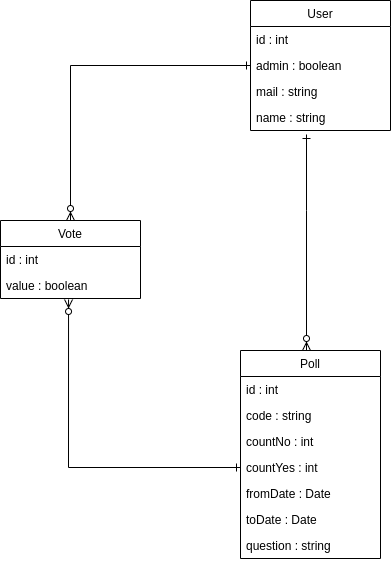
This is designdocument/assets/domainmodel.png from DAT250-Project-Groups-1/Design-and-Prototyping-Assignment-A, a draw.io export, as it was before one commit. Source tidied: cells renumbered, new cells last; positions are measured from the earlier drawing's top-left corner, leaving out a move shared by most shapes. The source it was exported from:
```xml
<mxGraphModel>
  <root>
    <mxCell id="0" />
    <mxCell id="1" parent="0" />
    <mxCell id="2" value="Vote" style="swimlane;fontStyle=0;horizontal=1;startSize=26;fillColor=none;" parent="1" vertex="1">
      <mxGeometry y="220" width="140" height="78" as="geometry" />
    </mxCell>
    <mxCell id="3" value="id : int" style="text;strokeColor=none;fillColor=none;align=left;verticalAlign=top;spacingLeft=4;spacingRight=4;overflow=hidden;" parent="2" vertex="1">
      <mxGeometry y="26" width="140" height="26" as="geometry" />
    </mxCell>
    <mxCell id="4" value="value : boolean" style="text;strokeColor=none;fillColor=none;align=left;verticalAlign=top;spacingLeft=4;spacingRight=4;overflow=hidden;points=[[0,0.5],[1,0.5]];portConstraint=eastwest;" parent="2" vertex="1">
      <mxGeometry y="52" width="140" height="26" as="geometry" />
    </mxCell>
    <mxCell id="5" style="edgeStyle=orthogonalEdgeStyle;rounded=0;jettySize=auto;html=1;entryX=0.4;entryY=1.154;entryDx=0;entryDy=0;entryPerimeter=0;endArrow=ERone;endFill=0;startArrow=ERzeroToMany;startFill=1;" parent="1" edge="1" source="6" target="20">
      <mxGeometry relative="1" as="geometry">
        <Array as="points">
          <mxPoint x="306" y="210" />
          <mxPoint x="306" y="210" />
        </Array>
      </mxGeometry>
    </mxCell>
    <mxCell id="6" value="Poll" style="swimlane;fontStyle=0;horizontal=1;startSize=26;fillColor=none;" parent="1" vertex="1">
      <mxGeometry x="240" y="350" width="140" height="208" as="geometry" />
    </mxCell>
    <mxCell id="7" value="id : int" style="text;strokeColor=none;fillColor=none;align=left;verticalAlign=top;spacingLeft=4;spacingRight=4;overflow=hidden;" parent="6" vertex="1">
      <mxGeometry y="26" width="140" height="26" as="geometry" />
    </mxCell>
    <mxCell id="8" value="code : string" style="text;strokeColor=none;fillColor=none;align=left;verticalAlign=top;spacingLeft=4;spacingRight=4;overflow=hidden;" parent="6" vertex="1">
      <mxGeometry y="52" width="140" height="26" as="geometry" />
    </mxCell>
    <mxCell id="9" value="countNo : int" style="text;strokeColor=none;fillColor=none;align=left;verticalAlign=top;spacingLeft=4;spacingRight=4;overflow=hidden;" parent="6" vertex="1">
      <mxGeometry y="78" width="140" height="26" as="geometry" />
    </mxCell>
    <mxCell id="10" value="countYes : int" style="text;strokeColor=none;fillColor=none;align=left;verticalAlign=top;spacingLeft=4;spacingRight=4;overflow=hidden;points=[[0,0.5],[1,0.5]];portConstraint=eastwest;" parent="6" vertex="1">
      <mxGeometry y="104" width="140" height="26" as="geometry" />
    </mxCell>
    <mxCell id="11" value="fromDate : Date" style="text;strokeColor=none;fillColor=none;align=left;verticalAlign=top;spacingLeft=4;spacingRight=4;overflow=hidden;" parent="6" vertex="1">
      <mxGeometry y="130" width="140" height="26" as="geometry" />
    </mxCell>
    <mxCell id="12" value="toDate : Date" style="text;strokeColor=none;fillColor=none;align=left;verticalAlign=top;spacingLeft=4;spacingRight=4;overflow=hidden;" parent="6" vertex="1">
      <mxGeometry y="156" width="140" height="26" as="geometry" />
    </mxCell>
    <mxCell id="13" value="question : string" style="text;strokeColor=none;fillColor=none;align=left;verticalAlign=top;spacingLeft=4;spacingRight=4;overflow=hidden;" parent="6" vertex="1">
      <mxGeometry y="182" width="140" height="26" as="geometry" />
    </mxCell>
    <mxCell id="14" style="edgeStyle=orthogonalEdgeStyle;rounded=0;jettySize=auto;html=1;exitX=0;exitY=0.5;exitDx=0;exitDy=0;entryX=0.5;entryY=0;entryDx=0;entryDy=0;endArrow=ERzeroToMany;endFill=1;startArrow=ERone;startFill=0;" parent="1" edge="1" source="18" target="2">
      <mxGeometry relative="1" as="geometry" />
    </mxCell>
    <mxCell id="15" style="edgeStyle=orthogonalEdgeStyle;rounded=0;jettySize=auto;html=1;exitX=0;exitY=0.5;exitDx=0;exitDy=0;entryX=0.486;entryY=1.038;entryDx=0;entryDy=0;entryPerimeter=0;endArrow=ERzeroToMany;endFill=1;startArrow=ERone;startFill=0;" parent="1" edge="1" source="10" target="4">
      <mxGeometry relative="1" as="geometry" />
    </mxCell>
    <mxCell id="16" value="User" style="swimlane;fontStyle=0;horizontal=1;startSize=26;fillColor=none;" parent="1" vertex="1">
      <mxGeometry x="250" width="140" height="130" as="geometry" />
    </mxCell>
    <mxCell id="17" value="id : int" style="text;strokeColor=none;fillColor=none;align=left;verticalAlign=top;spacingLeft=4;spacingRight=4;overflow=hidden;" parent="16" vertex="1">
      <mxGeometry y="26" width="140" height="26" as="geometry" />
    </mxCell>
    <mxCell id="18" value="admin : boolean" style="text;strokeColor=none;fillColor=none;align=left;verticalAlign=top;spacingLeft=4;spacingRight=4;overflow=hidden;points=[[0,0.5],[1,0.5]];portConstraint=eastwest;" parent="16" vertex="1">
      <mxGeometry y="52" width="140" height="26" as="geometry" />
    </mxCell>
    <mxCell id="19" value="mail : string" style="text;strokeColor=none;fillColor=none;align=left;verticalAlign=top;spacingLeft=4;spacingRight=4;overflow=hidden;" parent="16" vertex="1">
      <mxGeometry y="78" width="140" height="26" as="geometry" />
    </mxCell>
    <mxCell id="20" value="name : string" style="text;strokeColor=none;fillColor=none;align=left;verticalAlign=top;spacingLeft=4;spacingRight=4;overflow=hidden;points=[[0,0.5],[1,0.5]];portConstraint=eastwest;" parent="16" vertex="1">
      <mxGeometry y="104" width="140" height="26" as="geometry" />
    </mxCell>
  </root>
</mxGraphModel>
```
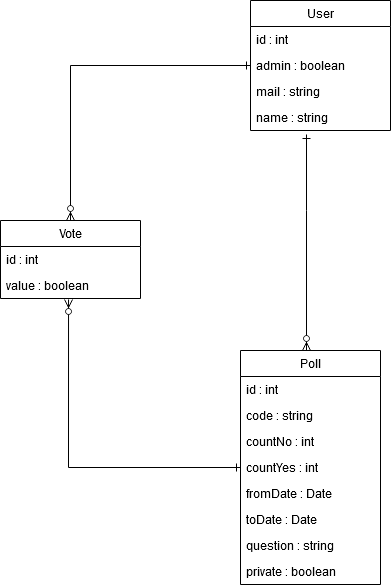
The same diagram one commit later.

Change to the diagram source:
```diff
@@ -20,7 +20,7 @@
       </mxGeometry>
     </mxCell>
     <mxCell id="6" value="Poll" style="swimlane;fontStyle=0;horizontal=1;startSize=26;fillColor=none;" parent="1" vertex="1">
-      <mxGeometry x="240" y="350" width="140" height="208" as="geometry" />
+      <mxGeometry x="240" y="350" width="140" height="234" as="geometry" />
     </mxCell>
     <mxCell id="7" value="id : int" style="text;strokeColor=none;fillColor=none;align=left;verticalAlign=top;spacingLeft=4;spacingRight=4;overflow=hidden;" parent="6" vertex="1">
       <mxGeometry y="26" width="140" height="26" as="geometry" />
@@ -43,6 +43,9 @@
     <mxCell id="13" value="question : string" style="text;strokeColor=none;fillColor=none;align=left;verticalAlign=top;spacingLeft=4;spacingRight=4;overflow=hidden;" parent="6" vertex="1">
       <mxGeometry y="182" width="140" height="26" as="geometry" />
     </mxCell>
+    <mxCell id="21" value="private : boolean" style="text;strokeColor=none;fillColor=none;align=left;verticalAlign=top;spacingLeft=4;spacingRight=4;overflow=hidden;" parent="6" vertex="1">
+      <mxGeometry y="208" width="140" height="26" as="geometry" />
+    </mxCell>
     <mxCell id="14" style="edgeStyle=orthogonalEdgeStyle;rounded=0;jettySize=auto;html=1;exitX=0;exitY=0.5;exitDx=0;exitDy=0;entryX=0.5;entryY=0;entryDx=0;entryDy=0;endArrow=ERzeroToMany;endFill=1;startArrow=ERone;startFill=0;" parent="1" edge="1" source="18" target="2">
       <mxGeometry relative="1" as="geometry" />
     </mxCell>
```
